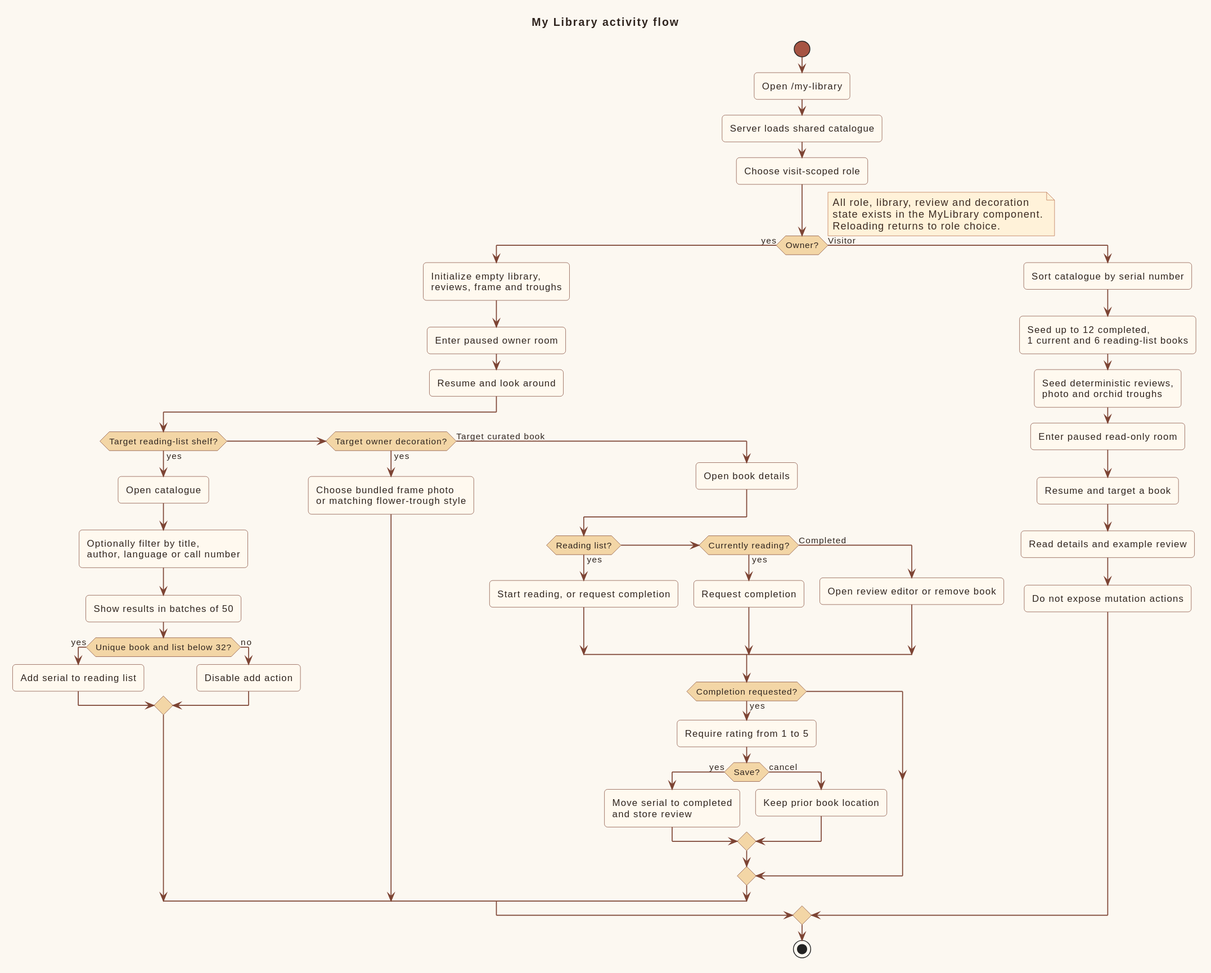
Earlier version of the PlantUML export docs/diagrams/rendered/my-library-flow.svg (colinhia/digital-singlit-bookshelf-poc).
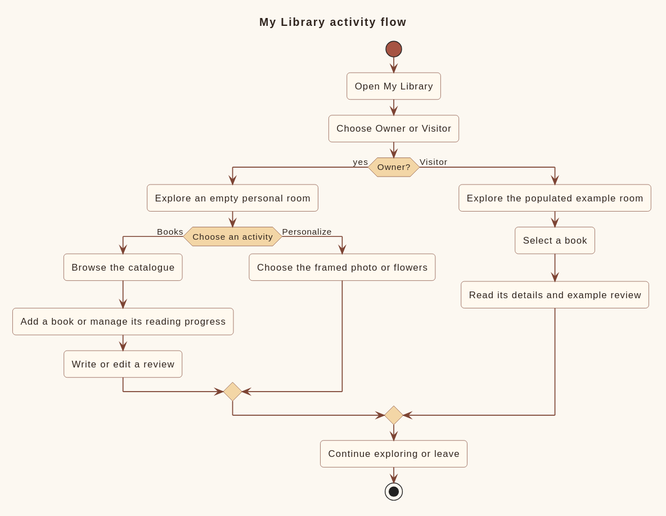
Above is the later version.

The edit, as a diff of the source:
```diff
@@ -4,57 +4,24 @@
 title My Library activity flow
 
 start
-:Open /my-library;
-:Server loads shared catalogue;
-:Choose visit-scoped role;
+:Open My Library;
+:Choose Owner or Visitor;
 
 if (Owner?) then (yes)
-  :Initialize empty library,\nreviews, frame and troughs;
-  :Enter paused owner room;
-  :Resume and look around;
-  if (Target reading-list shelf?) then (yes)
-    :Open catalogue;
-    :Optionally filter by title,\nauthor, language or call number;
-    :Show results in batches of 50;
-    if (Unique book and list below 32?) then (yes)
-      :Add serial to reading list;
-    else (no)
-      :Disable add action;
-    endif
-  elseif (Target owner decoration?) then (yes)
-    :Choose bundled frame photo\nor matching flower-trough style;
-  else (Target curated book)
-    :Open book details;
-    if (Reading list?) then (yes)
-      :Start reading, or request completion;
-    elseif (Currently reading?) then (yes)
-      :Request completion;
-    else (Completed)
-      :Open review editor or remove book;
-    endif
-    if (Completion requested?) then (yes)
-      :Require rating from 1 to 5;
-      if (Save?) then (yes)
-        :Move serial to completed\nand store review;
-      else (cancel)
-        :Keep prior book location;
-      endif
-    endif
+  :Explore an empty personal room;
+  if (Choose an activity) then (Books)
+    :Browse the catalogue;
+    :Add a book or manage its reading progress;
+    :Write or edit a review;
+  else (Personalize)
+    :Choose the framed photo or flowers;
   endif
 else (Visitor)
-  :Sort catalogue by serial number;
-  :Seed up to 12 completed,\n1 current and 6 reading-list books;
-  :Seed deterministic reviews,\nphoto and orchid troughs;
-  :Enter paused read-only room;
-  :Resume and target a book;
-  :Read details and example review;
-  :Do not expose mutation actions;
+  :Explore the populated example room;
+  :Select a book;
+  :Read its details and example review;
 endif
 
-note right
-  All role, library, review and decoration
-  state exists in the MyLibrary component.
-  Reloading returns to role choice.
-end note
+:Continue exploring or leave;
 stop
 @enduml
```
